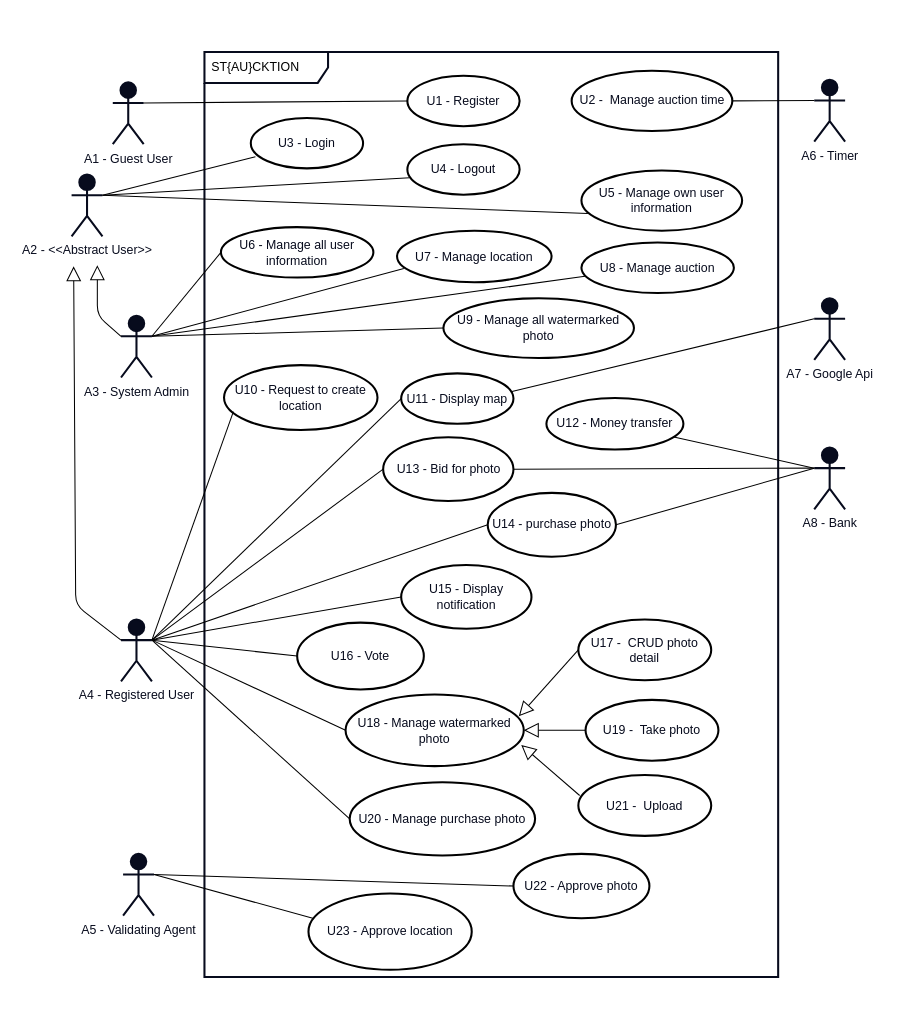
Before: diagrams/use-case-diagram/use-case-diagram.drawio in staucktion/docs, a draw.io diagram. Source tidied: cells renumbered, new cells numbered last; positions are measured from the earlier drawing's top-left corner, leaving out a move shared by most shapes. Both pictures are drawn from the tidied source at 103%, with x=0, y=0 at pixel (19, 19).
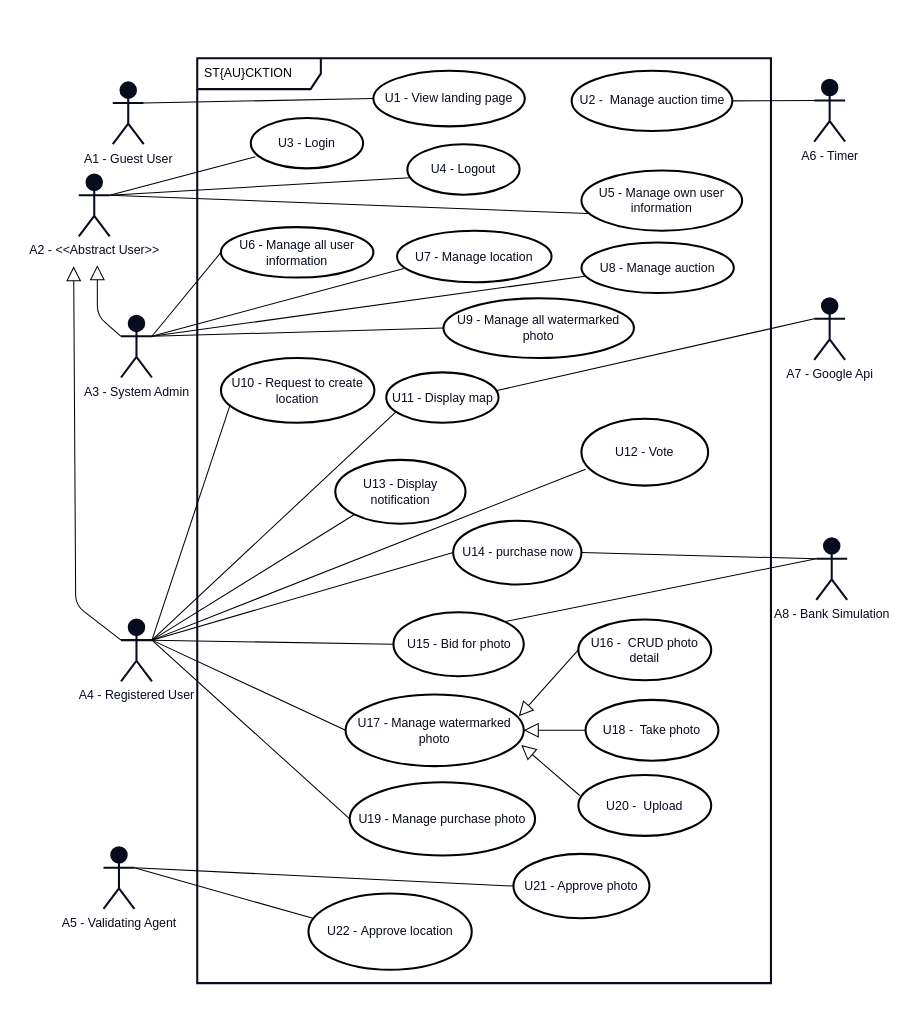
After the change.

Commit message (it also covers changes not shown here):
update use case diagram

Unchanged cells that the change refers to:
```xml
<mxCell id="36" value="&lt;font color=&quot;#070b1d&quot;&gt;A4 - Registered User&lt;br&gt;&lt;/font&gt;" style="shape=umlActor;verticalLabelPosition=bottom;verticalAlign=top;html=1;strokeColor=#070B1D;strokeWidth=2;fillColor=#070B1D;gradientColor=none;" parent="1" vertex="1">
  <mxGeometry x="99" y="583" width="30" height="60" as="geometry" />
</mxCell>
```

The edit, as a diff of the source:
```diff
@@
     <mxCell id="2" style="rounded=0;whiteSpace=wrap;html=1;strokeColor=#FFFFFF;strokeWidth=2;fontColor=#070B1D;fillColor=none;gradientColor=none;" parent="1" vertex="1">
-      <mxGeometry width="845" height="955" as="geometry" />
+      <mxGeometry x="6" width="839" height="955" as="geometry" />
     </mxCell>
     <mxCell id="3" value="ST{AU}CKTION" style="shape=umlFrame;whiteSpace=wrap;html=1;width=120;height=30;boundedLbl=1;verticalAlign=middle;align=left;spacingLeft=5;strokeWidth=2;swimlaneFillColor=none;perimeterSpacing=1;strokeColor=#070B1D;" parent="1" vertex="1">
-      <mxGeometry x="180" y="32" width="557" height="898" as="geometry" />
+      <mxGeometry x="173" y="38" width="557" height="898" as="geometry" />
     </mxCell>
     <mxCell id="4" value="&lt;font color=&quot;#070b1d&quot;&gt;A2 - &amp;lt;&amp;lt;Abstract User&amp;gt;&amp;gt;&lt;br&gt;&lt;/font&gt;" style="shape=umlActor;verticalLabelPosition=bottom;verticalAlign=top;html=1;strokeColor=#070B1D;strokeWidth=2;fillColor=#070B1D;gradientColor=none;" parent="1" vertex="1">
-      <mxGeometry x="51" y="151" width="30" height="60" as="geometry" />
+      <mxGeometry x="58" y="151" width="30" height="60" as="geometry" />
     </mxCell>
@@
-    <mxCell id="7" value="U12 -&amp;nbsp;Money transfer" style="ellipse;whiteSpace=wrap;html=1;strokeColor=#000000;strokeWidth=2;fontColor=#070B1D;fillColor=none;gradientColor=none;" parent="1" vertex="1">
-      <mxGeometry x="512" y="368" width="133" height="50" as="geometry" />
-    </mxCell>
-    <mxCell id="8" value="U21 -&amp;nbsp; Upload" style="ellipse;whiteSpace=wrap;html=1;strokeColor=#000000;strokeWidth=2;fontColor=#070B1D;fillColor=none;gradientColor=none;" parent="1" vertex="1">
+    <mxCell id="8" value="U20 -&amp;nbsp; Upload" style="ellipse;whiteSpace=wrap;html=1;strokeColor=#000000;strokeWidth=2;fontColor=#070B1D;fillColor=none;gradientColor=none;" parent="1" vertex="1">
       <mxGeometry x="543" y="734" width="129" height="59" as="geometry" />
     </mxCell>
@@
-    <mxCell id="11" value="U13 -&amp;nbsp;Bid for photo" style="ellipse;whiteSpace=wrap;html=1;strokeColor=#000000;strokeWidth=2;fontColor=#070B1D;fillColor=none;gradientColor=none;" parent="1" vertex="1">
-      <mxGeometry x="353.5" y="406" width="126.5" height="62" as="geometry" />
+    <mxCell id="11" value="U15 -&amp;nbsp;Bid for photo" style="ellipse;whiteSpace=wrap;html=1;strokeColor=#000000;strokeWidth=2;fontColor=#070B1D;fillColor=none;gradientColor=none;" parent="1" vertex="1">
+      <mxGeometry x="363.5" y="576" width="126.5" height="62" as="geometry" />
     </mxCell>
-    <mxCell id="12" value="&lt;font color=&quot;#070b1d&quot;&gt;A8 - Bank&lt;br&gt;&lt;/font&gt;" style="shape=umlActor;verticalLabelPosition=bottom;verticalAlign=top;html=1;strokeColor=#070B1D;strokeWidth=2;fillColor=#070B1D;gradientColor=none;" parent="1" vertex="1">
-      <mxGeometry x="772" y="416" width="30" height="60" as="geometry" />
+    <mxCell id="12" value="&lt;font color=&quot;#070b1d&quot;&gt;A8 - Bank Simulation&lt;br&gt;&lt;/font&gt;" style="shape=umlActor;verticalLabelPosition=bottom;verticalAlign=top;html=1;strokeColor=#070B1D;strokeWidth=2;fillColor=#070B1D;gradientColor=none;" parent="1" vertex="1">
+      <mxGeometry x="774" y="504" width="30" height="60" as="geometry" />
     </mxCell>
@@
-    <mxCell id="15" value="U14 - purchase photo" style="ellipse;whiteSpace=wrap;html=1;strokeColor=#000000;strokeWidth=2;fontColor=#070B1D;fillColor=none;gradientColor=none;" parent="1" vertex="1">
-      <mxGeometry x="455" y="460" width="124.5" height="62" as="geometry" />
+    <mxCell id="15" value="U14 - purchase now" style="ellipse;whiteSpace=wrap;html=1;strokeColor=#000000;strokeWidth=2;fontColor=#070B1D;fillColor=none;gradientColor=none;" parent="1" vertex="1">
+      <mxGeometry x="421.5" y="487" width="124.5" height="62" as="geometry" />
     </mxCell>
-    <mxCell id="16" value="U16 - Vote" style="ellipse;whiteSpace=wrap;html=1;strokeColor=#000000;strokeWidth=2;fontColor=#070B1D;fillColor=none;gradientColor=none;" parent="1" vertex="1">
-      <mxGeometry x="270" y="586" width="123" height="65" as="geometry" />
+    <mxCell id="16" value="U12 - Vote" style="ellipse;whiteSpace=wrap;html=1;strokeColor=#000000;strokeWidth=2;fontColor=#070B1D;fillColor=none;gradientColor=none;" parent="1" vertex="1">
+      <mxGeometry x="546" y="388" width="123" height="65" as="geometry" />
     </mxCell>
-    <mxCell id="17" value="U18 - Manage watermarked photo" style="ellipse;whiteSpace=wrap;html=1;strokeColor=#000000;strokeWidth=2;fontColor=#070B1D;fillColor=none;gradientColor=none;" parent="1" vertex="1">
+    <mxCell id="17" value="U17 - Manage watermarked photo" style="ellipse;whiteSpace=wrap;html=1;strokeColor=#000000;strokeWidth=2;fontColor=#070B1D;fillColor=none;gradientColor=none;" parent="1" vertex="1">
       <mxGeometry x="317" y="655.8" width="173" height="69.5" as="geometry" />
     </mxCell>
-    <mxCell id="18" value="U22 - Approve photo" style="ellipse;whiteSpace=wrap;html=1;strokeColor=#000000;strokeWidth=2;fontColor=#070B1D;fillColor=none;gradientColor=none;" parent="1" vertex="1">
+    <mxCell id="18" value="U21 - Approve photo" style="ellipse;whiteSpace=wrap;html=1;strokeColor=#000000;strokeWidth=2;fontColor=#070B1D;fillColor=none;gradientColor=none;" parent="1" vertex="1">
       <mxGeometry x="480" y="810.5" width="132" height="62.5" as="geometry" />
     </mxCell>
     <mxCell id="19" value="&lt;font color=&quot;#070b1d&quot;&gt;A5 - Validating Agent&lt;br&gt;&lt;/font&gt;" style="shape=umlActor;verticalLabelPosition=bottom;verticalAlign=top;html=1;strokeColor=#070B1D;strokeWidth=2;fillColor=#070B1D;gradientColor=none;" parent="1" vertex="1">
-      <mxGeometry x="101" y="810.5" width="30" height="60" as="geometry" />
+      <mxGeometry x="82" y="804" width="30" height="60" as="geometry" />
     </mxCell>
@@
-    <mxCell id="21" style="endArrow=none;html=1;strokeColor=#000000;exitX=0;exitY=0.3333333333333333;exitDx=0;exitDy=0;exitPerimeter=0;" parent="1" edge="1" source="12" target="7">
-      <mxGeometry relative="1" as="geometry" />
-    </mxCell>
@@
-    <mxCell id="30" value="U1 - Register" style="ellipse;whiteSpace=wrap;html=1;strokeColor=#000000;strokeWidth=2;fontColor=#070B1D;fillColor=none;gradientColor=none;" parent="1" vertex="1">
-      <mxGeometry x="377" y="55" width="109" height="49" as="geometry" />
+    <mxCell id="30" value="U1 - View landing page" style="ellipse;whiteSpace=wrap;html=1;strokeColor=#000000;strokeWidth=2;fontColor=#070B1D;fillColor=none;gradientColor=none;" parent="1" vertex="1">
+      <mxGeometry x="344" y="50.2" width="147" height="54" as="geometry" />
     </mxCell>
@@
-    <mxCell id="35" style="endArrow=none;html=1;rounded=1;strokeColor=#000000;fontColor=#070B1D;exitX=1;exitY=0.5;exitDx=0;exitDy=0;entryX=0;entryY=0.3333333333333333;entryDx=0;entryDy=0;entryPerimeter=0;" parent="1" edge="1" source="11" target="12">
+    <mxCell id="35" style="endArrow=none;html=1;rounded=1;strokeColor=#000000;fontColor=#070B1D;exitX=1;exitY=0;exitDx=0;exitDy=0;entryX=0;entryY=0.3333333333333333;entryDx=0;entryDy=0;entryPerimeter=0;" parent="1" edge="1" source="11" target="12">
       <mxGeometry relative="1" as="geometry" />
     </mxCell>
@@
     <mxCell id="37" value="U10 - Request to create location" style="ellipse;whiteSpace=wrap;html=1;strokeColor=#000000;strokeWidth=2;fontColor=#070B1D;fillColor=none;gradientColor=none;" parent="1" vertex="1">
-      <mxGeometry x="199" y="336" width="149" height="63" as="geometry" />
+      <mxGeometry x="196" y="329" width="149" height="63" as="geometry" />
     </mxCell>
-    <mxCell id="38" value="U23 -&amp;nbsp;Approve location" style="ellipse;whiteSpace=wrap;html=1;strokeColor=#000000;strokeWidth=2;fontColor=#070B1D;fillColor=none;gradientColor=none;" parent="1" vertex="1">
+    <mxCell id="38" value="U22 -&amp;nbsp;Approve location" style="ellipse;whiteSpace=wrap;html=1;strokeColor=#000000;strokeWidth=2;fontColor=#070B1D;fillColor=none;gradientColor=none;" parent="1" vertex="1">
       <mxGeometry x="281" y="849" width="158.5" height="74" as="geometry" />
     </mxCell>
@@
     <mxCell id="40" value="U11 -&amp;nbsp;Display map" style="ellipse;whiteSpace=wrap;html=1;strokeColor=#000000;strokeWidth=2;fontColor=#070B1D;fillColor=none;gradientColor=none;" parent="1" vertex="1">
-      <mxGeometry x="371" y="344" width="109" height="49" as="geometry" />
+      <mxGeometry x="356.5" y="343" width="109" height="49" as="geometry" />
     </mxCell>
-    <mxCell id="41" style="endArrow=none;html=1;strokeColor=#000000;exitX=0;exitY=0.5;exitDx=0;exitDy=0;entryX=1;entryY=0.3333333333333333;entryDx=0;entryDy=0;entryPerimeter=0;" parent="1" edge="1" source="40" target="36">
+    <mxCell id="41" style="endArrow=none;html=1;strokeColor=#000000;exitX=0.084;exitY=0.787;exitDx=0;exitDy=0;entryX=1;entryY=0.3333333333333333;entryDx=0;entryDy=0;entryPerimeter=0;exitPerimeter=0;" parent="1" edge="1" source="40" target="36">
       <mxGeometry relative="1" as="geometry" />
     </mxCell>
@@
-    <mxCell id="53" value="U15 - Display notification" style="ellipse;whiteSpace=wrap;html=1;strokeColor=#000000;strokeWidth=2;fontColor=#070B1D;fillColor=none;gradientColor=none;" parent="1" vertex="1">
-      <mxGeometry x="371" y="530" width="126.5" height="62" as="geometry" />
+    <mxCell id="53" value="U13 - Display notification" style="ellipse;whiteSpace=wrap;html=1;strokeColor=#000000;strokeWidth=2;fontColor=#070B1D;fillColor=none;gradientColor=none;" parent="1" vertex="1">
+      <mxGeometry x="307" y="428" width="126.5" height="62" as="geometry" />
     </mxCell>
-    <mxCell id="54" style="endArrow=none;html=1;strokeColor=#000000;entryX=1;entryY=0.3333333333333333;entryDx=0;entryDy=0;exitX=0;exitY=0.5;exitDx=0;exitDy=0;entryPerimeter=0;" parent="1" edge="1" source="53" target="36">
+    <mxCell id="54" style="endArrow=none;html=1;strokeColor=#000000;entryX=1;entryY=0.3333333333333333;entryDx=0;entryDy=0;exitX=0;exitY=1;exitDx=0;exitDy=0;entryPerimeter=0;" parent="1" edge="1" source="53" target="36">
       <mxGeometry relative="1" as="geometry" />
     </mxCell>
@@
-    <mxCell id="56" value="U20 - Manage purchase photo" style="ellipse;whiteSpace=wrap;html=1;strokeColor=#000000;strokeWidth=2;fontColor=#070B1D;fillColor=none;gradientColor=none;" parent="1" vertex="1">
+    <mxCell id="56" value="U19 - Manage purchase photo" style="ellipse;whiteSpace=wrap;html=1;strokeColor=#000000;strokeWidth=2;fontColor=#070B1D;fillColor=none;gradientColor=none;" parent="1" vertex="1">
       <mxGeometry x="321" y="741" width="180" height="71" as="geometry" />
     </mxCell>
-    <mxCell id="57" value="U19 -&amp;nbsp; Take photo" style="ellipse;whiteSpace=wrap;html=1;strokeColor=#000000;strokeWidth=2;fontColor=#070B1D;fillColor=none;gradientColor=none;" parent="1" vertex="1">
+    <mxCell id="57" value="U18 -&amp;nbsp; Take photo" style="ellipse;whiteSpace=wrap;html=1;strokeColor=#000000;strokeWidth=2;fontColor=#070B1D;fillColor=none;gradientColor=none;" parent="1" vertex="1">
       <mxGeometry x="550" y="661" width="129" height="59" as="geometry" />
     </mxCell>
-    <mxCell id="58" value="U17 -&amp;nbsp; CRUD photo detail" style="ellipse;whiteSpace=wrap;html=1;strokeColor=#000000;strokeWidth=2;fontColor=#070B1D;fillColor=none;gradientColor=none;" parent="1" vertex="1">
+    <mxCell id="58" value="U16 -&amp;nbsp; CRUD photo detail" style="ellipse;whiteSpace=wrap;html=1;strokeColor=#000000;strokeWidth=2;fontColor=#070B1D;fillColor=none;gradientColor=none;" parent="1" vertex="1">
       <mxGeometry x="543" y="583" width="129" height="59" as="geometry" />
     </mxCell>
@@
-    <mxCell id="60" style="endArrow=none;html=1;strokeColor=#000000;exitX=1;exitY=0.3333333333333333;exitDx=0;exitDy=0;entryX=0;entryY=0.5;entryDx=0;entryDy=0;exitPerimeter=0;" parent="1" edge="1" source="36" target="16">
+    <mxCell id="60" style="endArrow=none;html=1;strokeColor=#000000;exitX=1;exitY=0.3333333333333333;exitDx=0;exitDy=0;entryX=0.033;entryY=0.754;entryDx=0;entryDy=0;exitPerimeter=0;entryPerimeter=0;" parent="1" edge="1" source="36" target="16">
       <mxGeometry relative="1" as="geometry" />
     </mxCell>
```
